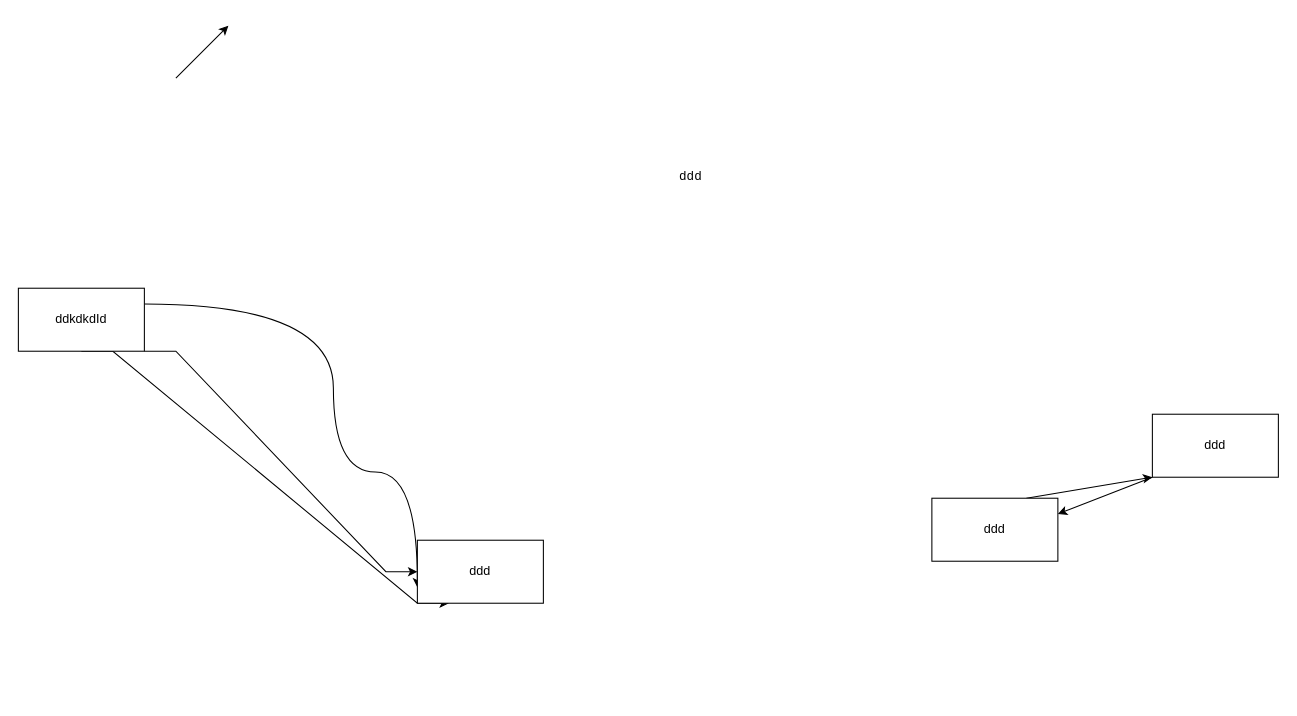
Above: test0.drawio in Brandon-Valley/draw_io_diagrams (draw.io), before the change. Source tidied: cells renumbered, new cells numbered last; positions are measured from the earlier drawing's top-left corner, leaving out a move shared by most shapes. Both pictures are drawn from the tidied source at 105%, with x=0, y=0 at pixel (18, 25).
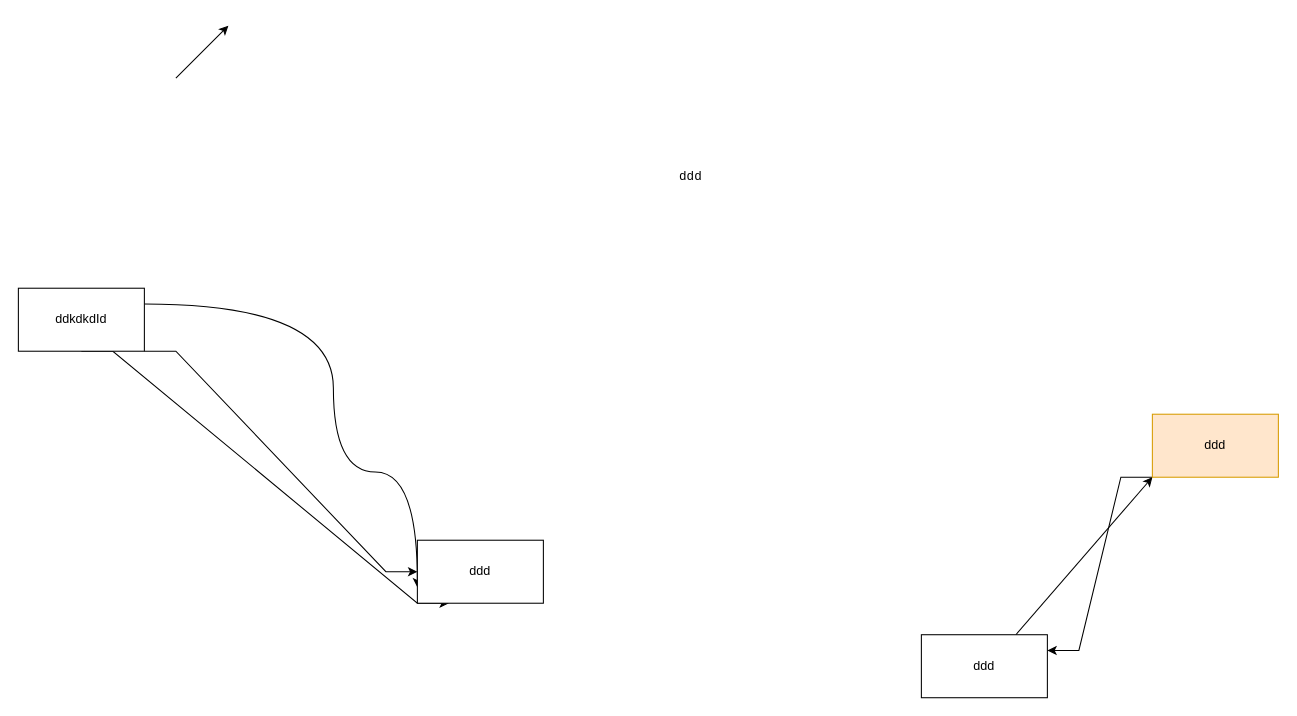
Above is the later version.

Change to the diagram source:
```diff
@@
 <mxGraphModel>
   <root>
     <mxCell id="0" />
     <mxCell id="1" parent="0" />
     <mxCell id="2" style="jettySize=auto;html=1;exitX=1;exitY=0.25;exitDx=0;exitDy=0;entryX=0;entryY=0.75;entryDx=0;entryDy=0;edgeStyle=orthogonalEdgeStyle;shadow=0;curved=1;strokeColor=default;" parent="1" edge="1" source="5" target="7">
       <mxGeometry relative="1" as="geometry">
         <Array as="points">
           <mxPoint x="300" y="265" />
           <mxPoint x="300" y="425" />
         </Array>
       </mxGeometry>
     </mxCell>
     <mxCell id="3" style="edgeStyle=entityRelationEdgeStyle;rounded=0;jettySize=auto;html=1;exitX=1;exitY=1;exitDx=0;exitDy=0;elbow=vertical;jumpStyle=arc;" parent="1" edge="1" source="5" target="7">
       <mxGeometry relative="1" as="geometry">
         <Array as="points">
           <mxPoint x="150" y="440" />
           <mxPoint x="130" y="420" />
           <mxPoint x="130" y="450" />
         </Array>
       </mxGeometry>
     </mxCell>
     <mxCell id="4" style="edgeStyle=entityRelationEdgeStyle;rounded=0;jettySize=auto;html=1;exitX=0.5;exitY=1;exitDx=0;exitDy=0;entryX=0.25;entryY=1;entryDx=0;entryDy=0;elbow=vertical;" parent="1" edge="1" source="5" target="7">
       <mxGeometry relative="1" as="geometry" />
     </mxCell>
     <mxCell id="5" value="ddkdkdId" style="rounded=0;whiteSpace=wrap;html=1;" parent="1" vertex="1">
       <mxGeometry y="250" width="120" height="60" as="geometry" />
     </mxCell>
     <mxCell id="6" value="&lt;font face=&quot;Courier New&quot;&gt;ddd&lt;/font&gt;" style="text;html=1;align=center;verticalAlign=middle;strokeColor=none;fillColor=none;" parent="1" vertex="1">
       <mxGeometry x="620" y="128" width="40" height="30" as="geometry" />
     </mxCell>
     <mxCell id="7" value="ddd" style="whiteSpace=wrap;html=1;" parent="1" vertex="1">
       <mxGeometry x="380" y="490" width="120" height="60" as="geometry" />
     </mxCell>
     <mxCell id="8" style="endArrow=classic;html=1;rounded=0;" parent="1" edge="1">
       <mxGeometry relative="1" as="geometry">
         <mxPoint x="150" y="50" as="sourcePoint" />
         <mxPoint x="200" as="targetPoint" />
       </mxGeometry>
     </mxCell>
     <mxCell id="9" style="rounded=0;jettySize=auto;html=1;exitX=0.75;exitY=0;exitDx=0;exitDy=0;entryX=0;entryY=1;entryDx=0;entryDy=0;" parent="1" edge="1" source="10" target="12">
       <mxGeometry relative="1" as="geometry" />
     </mxCell>
     <mxCell id="10" value="ddd" style="rounded=0;whiteSpace=wrap;html=1;" parent="1" vertex="1">
-      <mxGeometry x="870" y="450" width="120" height="60" as="geometry" />
+      <mxGeometry x="860" y="580" width="120" height="60" as="geometry" />
     </mxCell>
-    <mxCell id="11" style="rounded=0;jettySize=auto;html=1;exitX=0;exitY=1;exitDx=0;exitDy=0;entryX=1;entryY=0.25;entryDx=0;entryDy=0;" parent="1" edge="1" source="12" target="10">
+    <mxCell id="11" style="rounded=0;jettySize=auto;html=1;exitX=0;exitY=1;exitDx=0;exitDy=0;entryX=1;entryY=0.25;entryDx=0;entryDy=0;edgeStyle=entityRelationEdgeStyle;" parent="1" edge="1" source="12" target="10">
       <mxGeometry relative="1" as="geometry" />
     </mxCell>
-    <mxCell id="12" value="ddd" style="rounded=0;whiteSpace=wrap;html=1;" parent="1" vertex="1">
+    <mxCell id="12" value="ddd" style="rounded=0;whiteSpace=wrap;html=1;fillColor=#ffe6cc;strokeColor=#d79b00;" parent="1" vertex="1">
       <mxGeometry x="1080" y="370" width="120" height="60" as="geometry" />
     </mxCell>
   </root>
 </mxGraphModel>
```
